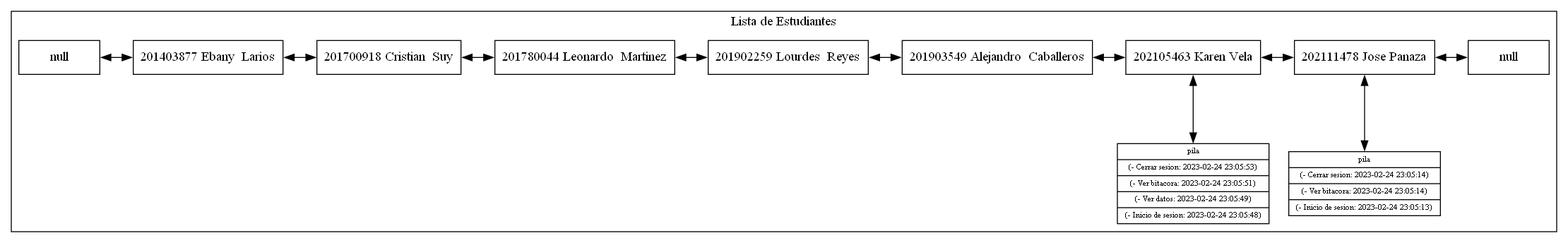
The Graphviz diagram listadoble.png in Jpanaza1906/EDD_1S2023_PY_202111478, before a commit. Its source is kept beside it as listadoble.dot.
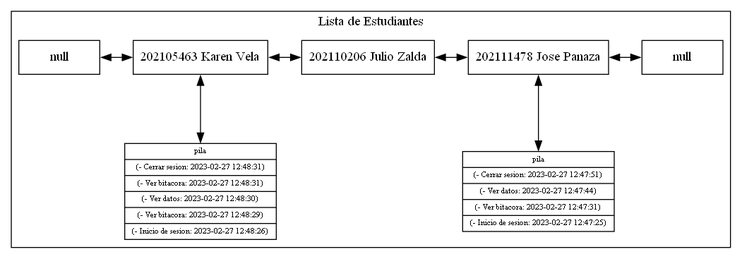
The same diagram one commit later.

The edit, as a diff of the source:
```diff
@@ -5,23 +5,20 @@
 edge[dir = "both" minlen = 2]
 nodon1[width=1.2 label = "null" fillcolor=white]
 nodon2[width=1.2 label = "null" fillcolor=white]
-nodo0[width=1.2 label="201403877 Ebany  Larios" fillcolor = "white" group = 0]
-nodo1[width=1.2 label="201700918 Cristian  Suy" fillcolor = "white" group = 1]
-nodo2[width=1.2 label="201780044 Leonardo  Martinez" fillcolor = "white" group = 2]
-nodo3[width=1.2 label="201902259 Lourdes  Reyes" fillcolor = "white" group = 3]
-nodo4[width=1.2 label="201903549 Alejandro  Caballeros" fillcolor = "white" group = 4]
-nodo5[width=1.2 label="202105463 Karen Vela" fillcolor = "white" group = 5]
-nodo6[width=1.2 label="202111478 Jose Panaza" fillcolor = "white" group = 6]
+nodo0[width=1.2 label="202105463 Karen Vela" fillcolor = "white" group = 0]
+nodo1[width=1.2 label="202110206 Julio Zalda" fillcolor = "white" group = 1]
+nodo2[width=1.2 label="202111478 Jose Panaza" fillcolor = "white" group = 2]
 nodon1 -> nodo0
 nodo0 -> nodo1
 nodo1 -> nodo2
-nodo2 -> nodo3
-nodo3 -> nodo4
-nodo4 -> nodo5
-nodo5 -> nodo6
-nodo6 -> nodon2
-{rank = same;nodon1;nodon2;nodo0;nodo1;nodo2;nodo3;nodo4;nodo5;nodo6}
-pila5[fontsize = 8 shape = record fillcolor=white label = "{pila|(- Cerrar sesion: 2023-02-24 23:05:53)|(- Ver bitacora: 2023-02-24 23:05:51)|(- Ver datos: 2023-02-24 23:05:49)|(- Inicio de sesion: 2023-02-24 23:05:48)}"]
+nodo2 -> nodon2
+{rank = same;nodon1;nodon2;nodo0;nodo1;nodo2}
+pila0[fontsize = 8 shape = record fillcolor=white label = "{pila|(- Cerrar sesion: 2023-02-27 12:48:31)|(- Ver bitacora: 2023-02-27 12:48:31)|(- Ver datos: 2023-02-27 12:48:30)|(- Ver bitacora: 2023-02-27 12:48:29)|(- Inicio de sesion: 2023-02-27 12:48:26)}"]
+nodo0 -> pila0
+pila2[fontsize = 8 shape = record fillcolor=white label = "{pila|(- Cerrar sesion: 2023-02-27 12:47:51)|(- Ver datos: 2023-02-27 12:47:44)|(- Ver bitacora: 2023-02-27 12:47:31)|(- Inicio de sesion: 2023-02-27 12:47:25)}"]
+nodo2 -> pila2
+}
+}:53)|(- Ver bitacora: 2023-02-24 23:05:51)|(- Ver datos: 2023-02-24 23:05:49)|(- Inicio de sesion: 2023-02-24 23:05:48)}"]
 nodo5 -> pila5
 pila6[fontsize = 8 shape = record fillcolor=white label = "{pila|(- Cerrar sesion: 2023-02-24 23:05:14)|(- Ver bitacora: 2023-02-24 23:05:14)|(- Inicio de sesion: 2023-02-24 23:05:13)}"]
 nodo6 -> pila6
```
